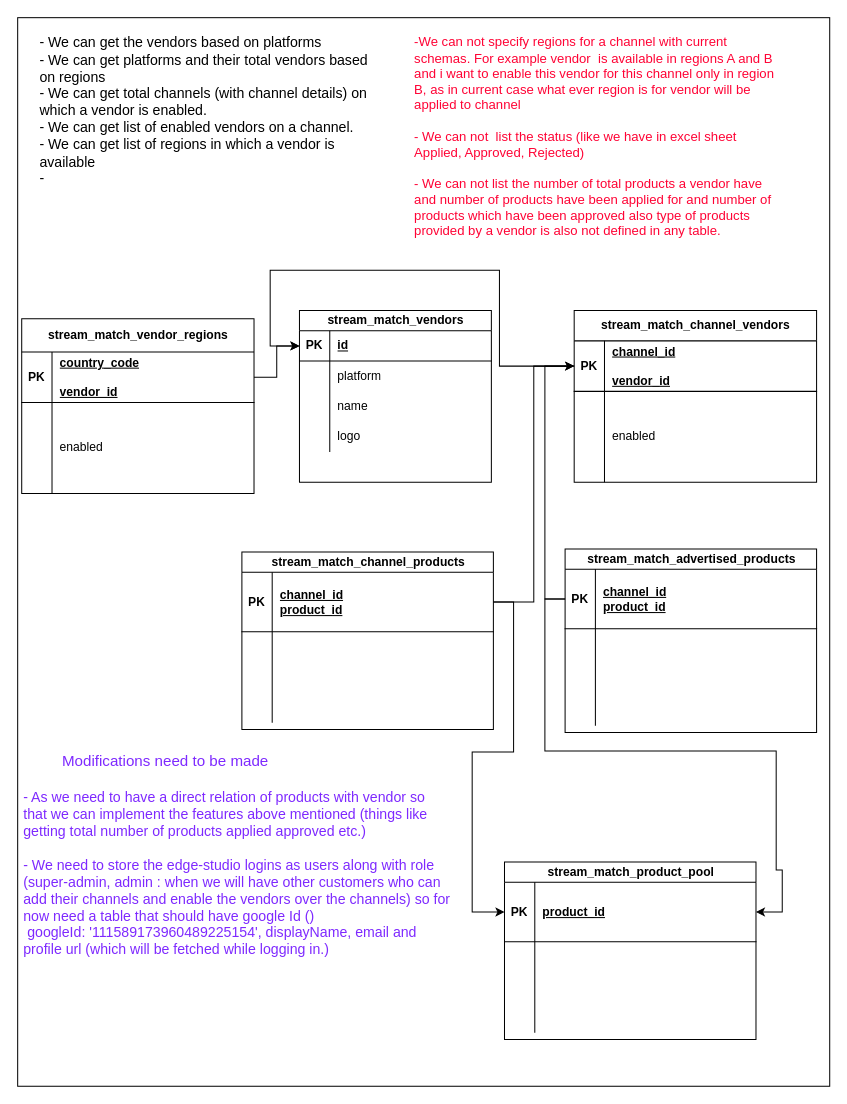
zeeshan-edgevideo-ai/architecture keeps this draw.io diagram as page "data-relations" (2 of 2) of data-collection-flow.drawio. Above is the earlier version. Source tidied: cells renumbered, new cells numbered last; positions are measured from the earlier drawing's top-left corner, leaving out a move shared by most shapes. Both pictures are drawn from the tidied source at 101%, with x=0, y=0 at pixel (17, 17).
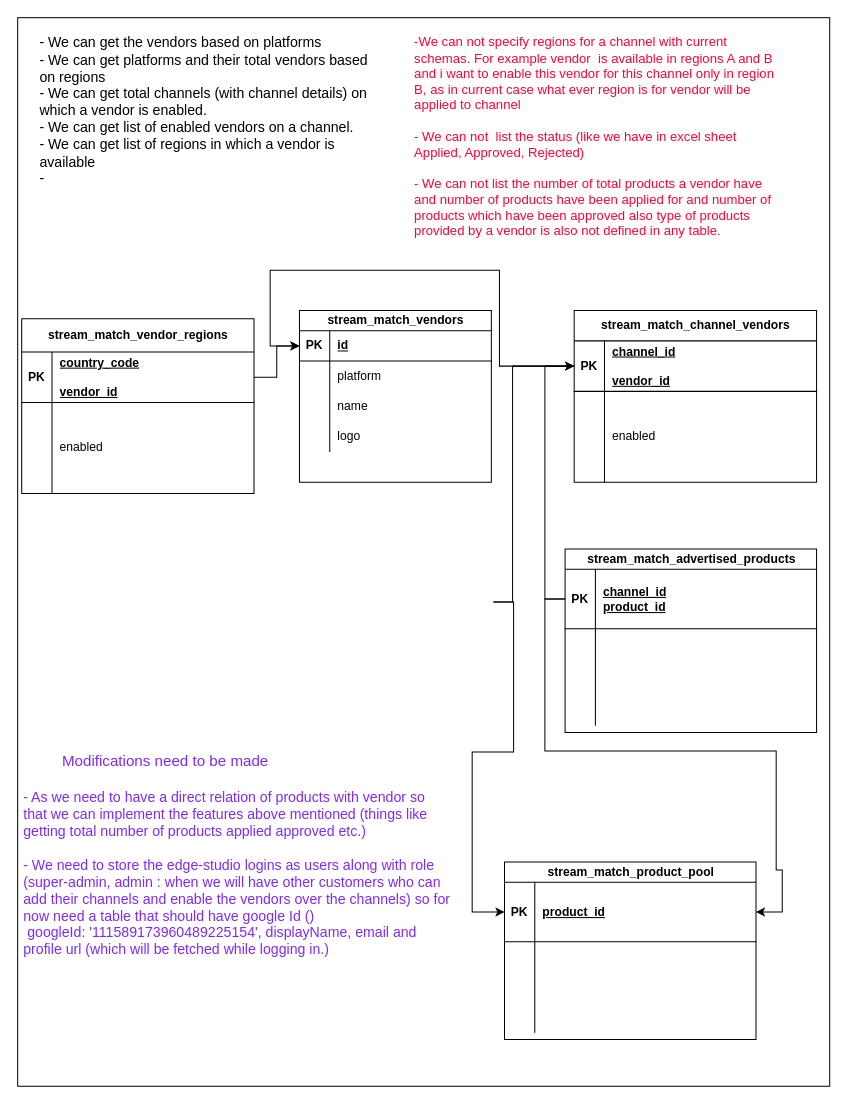
Above is the later version.

The change refers to these unchanged cells:
```xml
<mxCell id="17" style="shape=tableRow;horizontal=0;startSize=0;swimlaneHead=0;swimlaneBody=0;fillColor=none;points=[[0,0.5],[1,0.5]];portConstraint=eastwest;top=0;left=0;right=0;bottom=1;" parent="16" vertex="1">
  <mxGeometry y="30" width="240" height="50" as="geometry" />
</mxCell>
<mxCell id="75" style="shape=tableRow;horizontal=0;startSize=0;swimlaneHead=0;swimlaneBody=0;fillColor=none;points=[[0,0.5],[1,0.5]];portConstraint=eastwest;top=0;left=0;right=0;bottom=1;" parent="74" vertex="1">
  <mxGeometry y="20" width="249" height="59" as="geometry" />
</mxCell>
```

Change to the diagram source:
```diff
@@
-    <mxCell id="46" value="stream_match_channel_products" style="shape=table;startSize=20;childLayout=tableLayout;rowLines=0;fontStyle=1;align=center;html=1;" parent="1" vertex="1">
-      <mxGeometry x="222" y="529" width="249" height="175.8" as="geometry" />
-    </mxCell>
-    <mxCell id="47" style="shape=tableRow;horizontal=0;startSize=0;swimlaneHead=0;swimlaneBody=0;fillColor=none;points=[[0,0.5],[1,0.5]];portConstraint=eastwest;top=0;left=0;right=0;bottom=1;" parent="46" vertex="1">
-      <mxGeometry y="20" width="249" height="59" as="geometry" />
-    </mxCell>
-    <mxCell id="48" value="PK" style="shape=partialRectangle;fillColor=none;top=0;left=0;bottom=0;right=0;fontStyle=1;overflow=hidden;whiteSpace=wrap;html=1;" parent="47" vertex="1">
-      <mxGeometry width="30" height="59" as="geometry" />
-    </mxCell>
-    <mxCell id="49" value="channel_id&lt;div&gt;product_id&lt;/div&gt;" style="shape=partialRectangle;fillColor=none;top=0;left=0;bottom=0;right=0;align=left;spacingLeft=6;fontStyle=5;overflow=hidden;whiteSpace=wrap;html=1;" parent="47" vertex="1">
-      <mxGeometry x="30" width="219" height="59" as="geometry" />
-    </mxCell>
-    <mxCell id="50" style="shape=tableRow;horizontal=0;startSize=0;swimlaneHead=0;swimlaneBody=0;fillColor=none;top=0;left=0;right=0;bottom=0;" parent="46" vertex="1">
-      <mxGeometry y="79" width="249" height="30" as="geometry" />
-    </mxCell>
-    <mxCell id="51" style="shape=partialRectangle;fillColor=none;top=0;left=0;bottom=0;right=0;overflow=hidden;whiteSpace=wrap;html=1;" parent="50" vertex="1">
-      <mxGeometry width="30" height="30" as="geometry" />
-    </mxCell>
-    <mxCell id="52" style="shape=partialRectangle;fillColor=none;top=0;left=0;bottom=0;right=0;align=left;spacingLeft=6;overflow=hidden;whiteSpace=wrap;html=1;" parent="50" vertex="1">
-      <mxGeometry x="30" width="219" height="30" as="geometry" />
-    </mxCell>
-    <mxCell id="53" style="shape=tableRow;horizontal=0;startSize=0;swimlaneHead=0;swimlaneBody=0;fillColor=none;top=0;left=0;right=0;bottom=0;" parent="46" vertex="1">
-      <mxGeometry y="109" width="249" height="30" as="geometry" />
-    </mxCell>
-    <mxCell id="54" style="shape=partialRectangle;fillColor=none;top=0;left=0;bottom=0;right=0;overflow=hidden;whiteSpace=wrap;html=1;" parent="53" vertex="1">
-      <mxGeometry width="30" height="30" as="geometry" />
-    </mxCell>
-    <mxCell id="55" style="shape=partialRectangle;fillColor=none;top=0;left=0;bottom=0;right=0;align=left;spacingLeft=6;overflow=hidden;whiteSpace=wrap;html=1;" parent="53" vertex="1">
-      <mxGeometry x="30" width="219" height="30" as="geometry" />
-    </mxCell>
-    <mxCell id="56" style="shape=tableRow;horizontal=0;startSize=0;swimlaneHead=0;swimlaneBody=0;fillColor=none;top=0;left=0;right=0;bottom=0;" parent="46" vertex="1">
-      <mxGeometry y="139" width="249" height="30" as="geometry" />
-    </mxCell>
-    <mxCell id="57" style="shape=partialRectangle;fillColor=none;top=0;left=0;bottom=0;right=0;overflow=hidden;whiteSpace=wrap;html=1;" parent="56" vertex="1">
-      <mxGeometry width="30" height="30" as="geometry" />
-    </mxCell>
-    <mxCell id="58" style="shape=partialRectangle;fillColor=none;top=0;left=0;bottom=0;right=0;align=left;spacingLeft=6;overflow=hidden;whiteSpace=wrap;html=1;" parent="56" vertex="1">
-      <mxGeometry x="30" width="219" height="30" as="geometry" />
-    </mxCell>
-    <mxCell id="59" style="edgeStyle=orthogonalEdgeStyle;rounded=0;jettySize=auto;html=1;exitX=1;exitY=0.5;exitDx=0;exitDy=0;" parent="1" edge="1" source="47" target="17">
-      <mxGeometry relative="1" as="geometry" />
+    <mxCell id="59" style="edgeStyle=orthogonalEdgeStyle;rounded=0;jettySize=auto;html=1;exitX=1;exitY=0.5;exitDx=0;exitDy=0;" parent="1" edge="1" target="17">
+      <mxGeometry relative="1" as="geometry">
+        <mxPoint x="471" y="578.5" as="sourcePoint" />
+        <Array as="points">
+          <mxPoint x="490" y="579" />
+          <mxPoint x="490" y="345" />
+        </Array>
+      </mxGeometry>
     </mxCell>
@@
-    <mxCell id="87" style="edgeStyle=orthogonalEdgeStyle;rounded=0;jettySize=auto;html=1;exitX=1;exitY=0.5;exitDx=0;exitDy=0;entryX=0;entryY=0.5;entryDx=0;entryDy=0;" parent="1" edge="1" source="47" target="75">
+    <mxCell id="87" style="edgeStyle=orthogonalEdgeStyle;rounded=0;jettySize=auto;html=1;exitX=1;exitY=0.5;exitDx=0;exitDy=0;entryX=0;entryY=0.5;entryDx=0;entryDy=0;" parent="1" edge="1" target="75">
       <mxGeometry relative="1" as="geometry">
+        <mxPoint x="471" y="578.5" as="sourcePoint" />
         <Array as="points">
           <mxPoint x="491" y="578" />
           <mxPoint x="491" y="727" />
           <mxPoint x="450" y="727" />
           <mxPoint x="450" y="886" />
         </Array>
       </mxGeometry>
     </mxCell>
```
